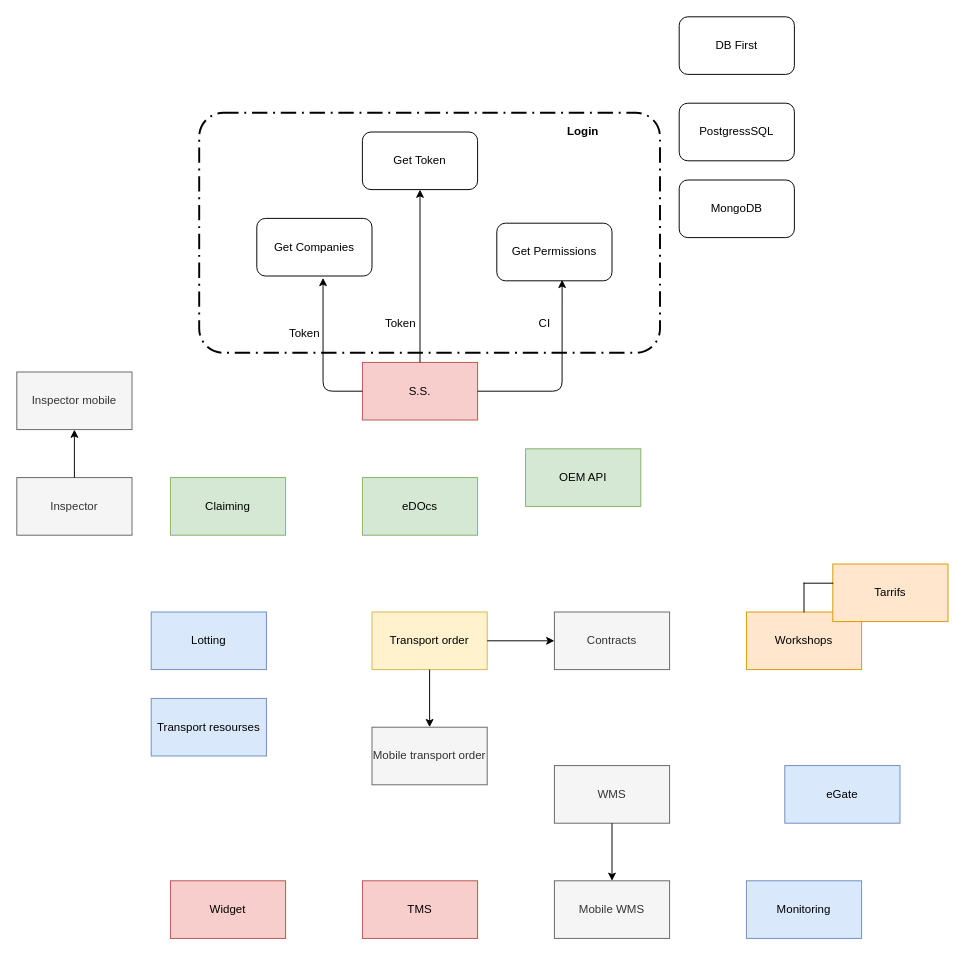
The draw.io diagram universal diagram.drawio in annastazi02/diagrams, before the edit. Source tidied: cells renumbered, new cells numbered last; positions are measured from the earlier drawing's top-left corner, leaving out a move shared by most shapes. Both pictures are drawn from the tidied source at 96%, with x=0, y=0 at pixel (16, 16).
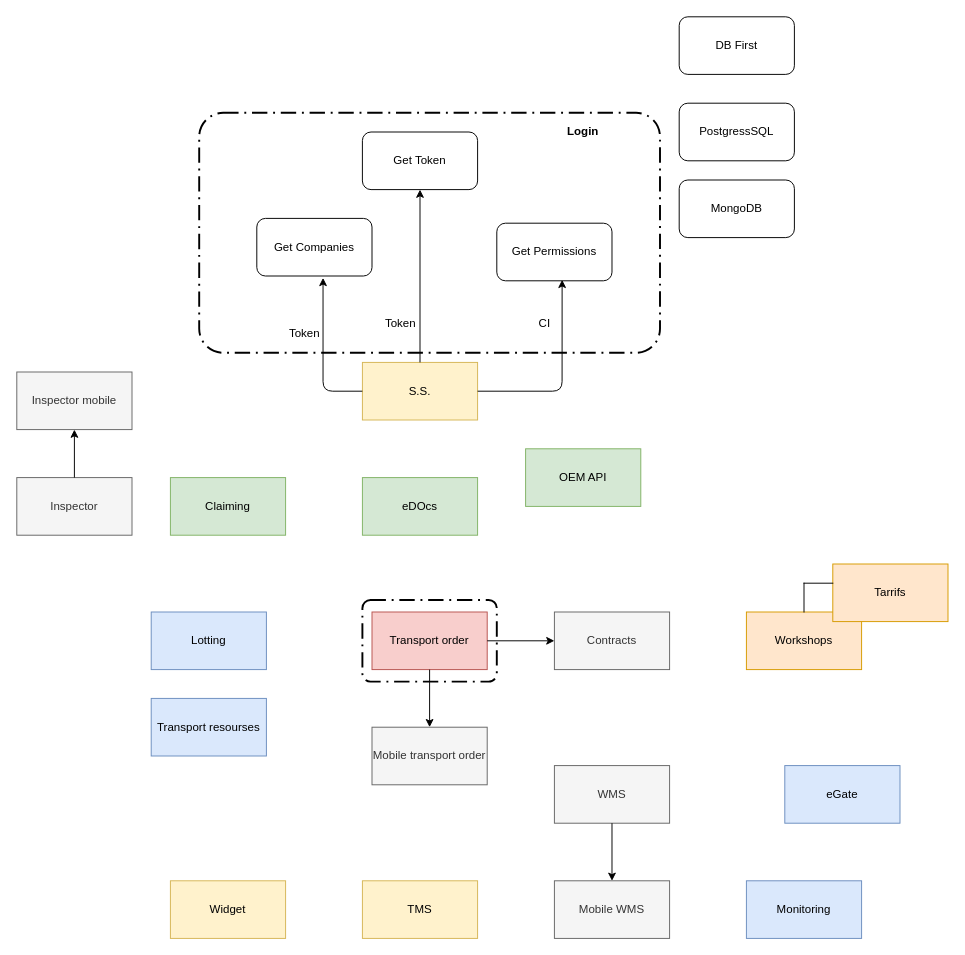
Above is the later version.

Change to the diagram source:
```diff
@@
-    <mxCell id="2" value="Transport order" style="rounded=0;whiteSpace=wrap;html=1;fillColor=#fff2cc;strokeColor=#d6b656;" parent="1" vertex="1">
+    <mxCell id="2" value="Transport order" style="rounded=0;whiteSpace=wrap;html=1;fillColor=#f8cecc;strokeColor=#b85450;" parent="1" vertex="1">
       <mxGeometry x="370" y="620" width="120" height="60" as="geometry" />
     </mxCell>
@@
-    <mxCell id="20" value="S.S." style="rounded=0;whiteSpace=wrap;html=1;fillColor=#f8cecc;strokeColor=#b85450;" parent="1" vertex="1">
+    <mxCell id="20" value="S.S." style="rounded=0;whiteSpace=wrap;html=1;fillColor=#fff2cc;strokeColor=#d6b656;" parent="1" vertex="1">
       <mxGeometry x="360" y="360" width="120" height="60" as="geometry" />
     </mxCell>
@@
-    <mxCell id="22" value="Widget" style="rounded=0;whiteSpace=wrap;html=1;fillColor=#f8cecc;strokeColor=#b85450;" parent="1" vertex="1">
+    <mxCell id="22" value="Widget" style="rounded=0;whiteSpace=wrap;html=1;fillColor=#fff2cc;strokeColor=#d6b656;" parent="1" vertex="1">
       <mxGeometry x="160" y="900" width="120" height="60" as="geometry" />
     </mxCell>
-    <mxCell id="23" value="TMS" style="rounded=0;whiteSpace=wrap;html=1;fillColor=#f8cecc;strokeColor=#b85450;" parent="1" vertex="1">
+    <mxCell id="23" value="TMS" style="rounded=0;whiteSpace=wrap;html=1;fillColor=#fff2cc;strokeColor=#d6b656;" parent="1" vertex="1">
       <mxGeometry x="360" y="900" width="120" height="60" as="geometry" />
     </mxCell>
@@
+    <mxCell id="40" style="rounded=1;arcSize=10;dashed=1;strokeColor=#000000;fillColor=none;gradientColor=none;dashPattern=8 3 1 3;strokeWidth=2;" parent="1" vertex="1">
+      <mxGeometry x="360" y="607.5" width="140" height="85" as="geometry" />
+    </mxCell>
```
